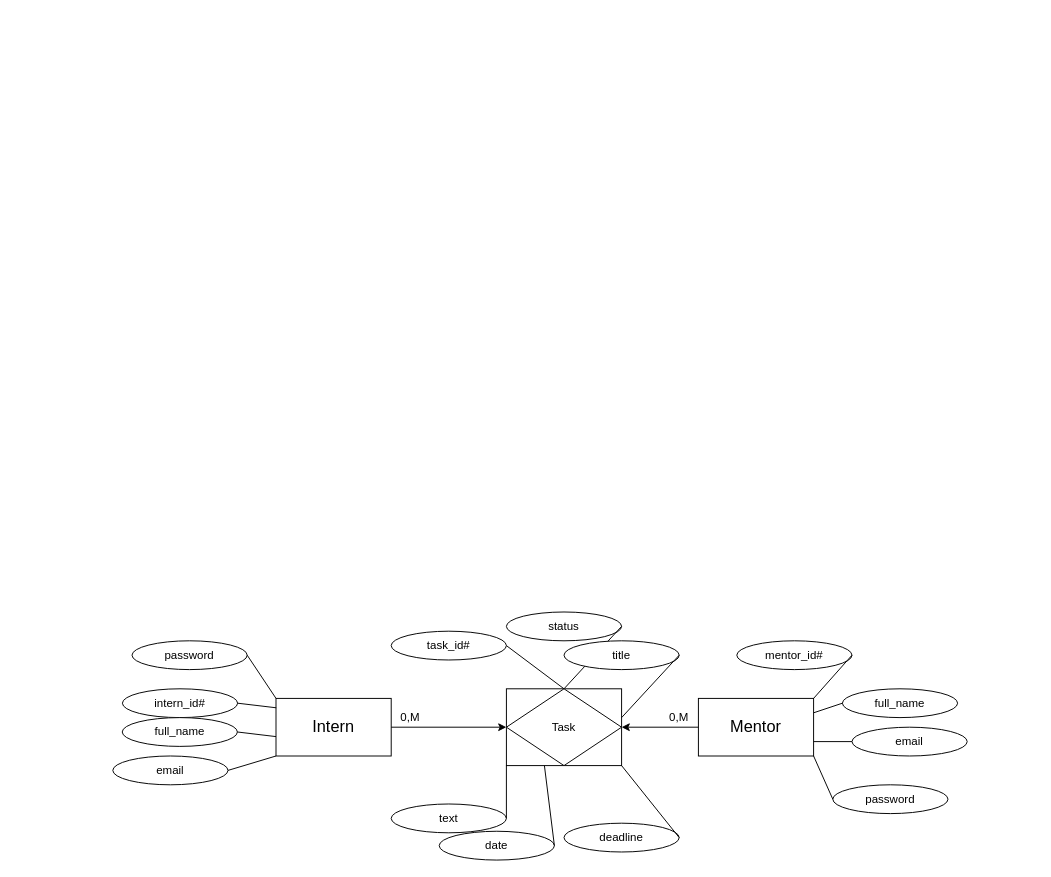
The draw.io diagram docs/pmov.drawio in Bane12345/Blinking-Interns-app, before the edit. Source tidied: cells renumbered, new cells numbered last; positions are measured from the earlier drawing's top-left corner, leaving out a move shared by most shapes. Both pictures are drawn from the tidied source at 96%, with x=0, y=0 at pixel (112, 612).
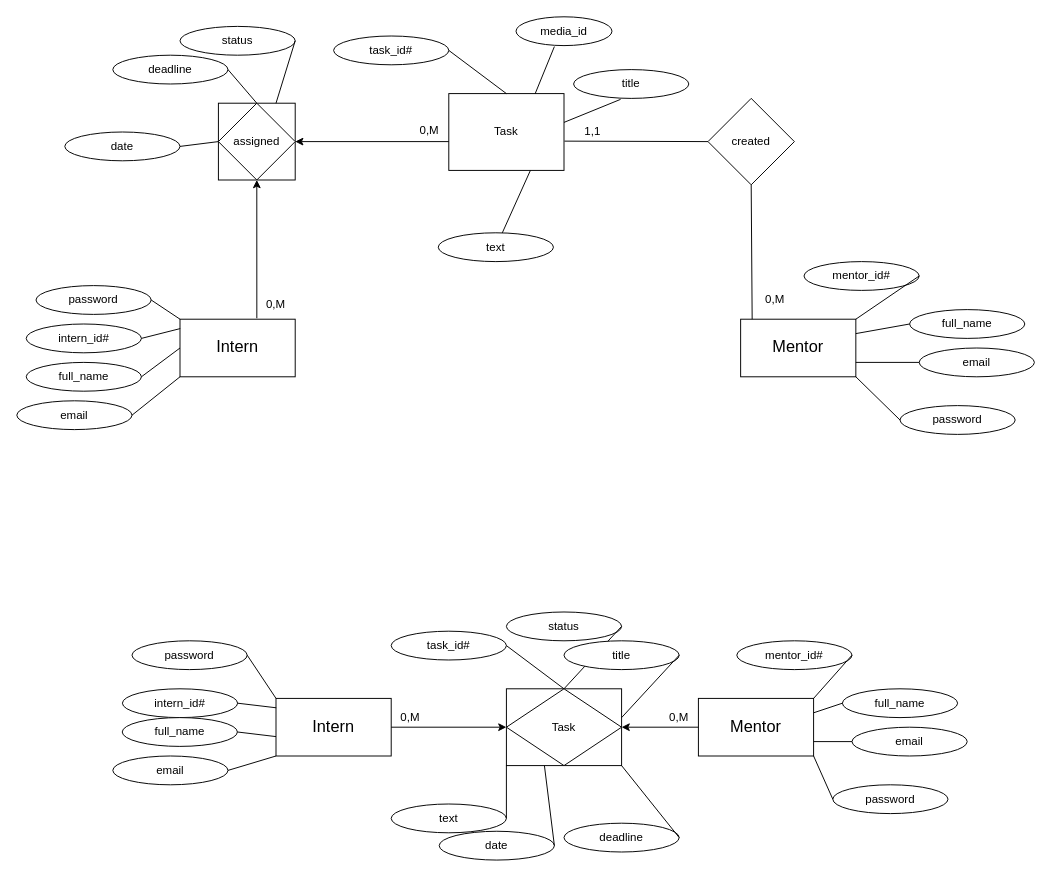
After the change.

Commit message (it also covers changes not shown here):
pmov and relation model refactored

Change to the diagram source:
```diff
@@
+    <mxCell id="38" style="rounded=0;whiteSpace=wrap;html=1;" parent="1" vertex="1">
+      <mxGeometry x="110" y="-530" width="80" height="80" as="geometry" />
+    </mxCell>
@@
+    <mxCell id="39" value="Task" style="rounded=0;whiteSpace=wrap;html=1;" parent="1" vertex="1">
+      <mxGeometry x="350" y="-540" width="120" height="80" as="geometry" />
+    </mxCell>
+    <mxCell id="40" value="&lt;span style=&quot;font-size: 17px&quot;&gt;Intern&lt;/span&gt;" style="rounded=0;whiteSpace=wrap;html=1;" parent="1" vertex="1">
+      <mxGeometry x="70" y="-305" width="120" height="60" as="geometry" />
+    </mxCell>
+    <mxCell id="41" value="&lt;font style=&quot;font-size: 17px&quot;&gt;Mentor&lt;/font&gt;" style="rounded=0;whiteSpace=wrap;html=1;" parent="1" vertex="1">
+      <mxGeometry x="654" y="-305" width="120" height="60" as="geometry" />
+    </mxCell>
+    <mxCell id="42" value="intern_id#" style="ellipse;whiteSpace=wrap;html=1;" parent="1" vertex="1">
+      <mxGeometry x="-90.2" y="-300" width="120" height="30" as="geometry" />
+    </mxCell>
+    <mxCell id="43" style="endArrow=none;html=1;exitX=1;exitY=0.5;exitDx=0;exitDy=0;entryX=0.002;entryY=0.163;entryDx=0;entryDy=0;entryPerimeter=0;" parent="1" edge="1" source="42" target="40">
+      <mxGeometry relative="1" as="geometry" />
+    </mxCell>
+    <mxCell id="44" value="full_name" style="ellipse;whiteSpace=wrap;html=1;" parent="1" vertex="1">
+      <mxGeometry x="-90.2" y="-260" width="120" height="30" as="geometry" />
+    </mxCell>
+    <mxCell id="45" style="endArrow=none;html=1;exitX=1;exitY=0.5;exitDx=0;exitDy=0;entryX=0;entryY=0.5;entryDx=0;entryDy=0;" parent="1" edge="1" source="44" target="40">
+      <mxGeometry relative="1" as="geometry" />
+    </mxCell>
+    <mxCell id="46" value="email" style="ellipse;whiteSpace=wrap;html=1;" parent="1" vertex="1">
+      <mxGeometry x="-100" y="-220" width="120" height="30" as="geometry" />
+    </mxCell>
+    <mxCell id="47" style="endArrow=none;html=1;exitX=1;exitY=0.5;exitDx=0;exitDy=0;entryX=0;entryY=1;entryDx=0;entryDy=0;" parent="1" edge="1" source="46" target="40">
+      <mxGeometry relative="1" as="geometry" />
+    </mxCell>
+    <mxCell id="48" value="0,M" style="text;html=1;strokeColor=none;fillColor=none;align=center;verticalAlign=middle;whiteSpace=wrap;rounded=0;" parent="1" vertex="1">
+      <mxGeometry x="310" y="-511" width="40" height="20" as="geometry" />
+    </mxCell>
+    <mxCell id="49" value="0,M" style="text;html=1;strokeColor=none;fillColor=none;align=center;verticalAlign=middle;whiteSpace=wrap;rounded=0;" parent="1" vertex="1">
+      <mxGeometry x="670" y="-335" width="40" height="20" as="geometry" />
+    </mxCell>
+    <mxCell id="50" value="task_id#" style="ellipse;whiteSpace=wrap;html=1;" parent="1" vertex="1">
+      <mxGeometry x="230" y="-600" width="120" height="30" as="geometry" />
+    </mxCell>
+    <mxCell id="51" style="endArrow=none;html=1;exitX=1;exitY=0.5;exitDx=0;exitDy=0;entryX=0.5;entryY=0;entryDx=0;entryDy=0;" parent="1" edge="1" source="50">
+      <mxGeometry relative="1" as="geometry">
+        <mxPoint x="410" y="-540" as="targetPoint" />
+      </mxGeometry>
+    </mxCell>
+    <mxCell id="52" value="status" style="ellipse;whiteSpace=wrap;html=1;" parent="1" vertex="1">
+      <mxGeometry x="70" y="-610" width="120" height="30" as="geometry" />
+    </mxCell>
+    <mxCell id="53" style="endArrow=none;html=1;exitX=1;exitY=0.5;exitDx=0;exitDy=0;entryX=0.75;entryY=0;entryDx=0;entryDy=0;" parent="1" edge="1" source="52" target="38">
+      <mxGeometry relative="1" as="geometry" />
+    </mxCell>
+    <mxCell id="54" value="text" style="ellipse;whiteSpace=wrap;html=1;" parent="1" vertex="1">
+      <mxGeometry x="339" y="-395" width="120" height="30" as="geometry" />
+    </mxCell>
+    <mxCell id="55" value="date" style="ellipse;whiteSpace=wrap;html=1;" parent="1" vertex="1">
+      <mxGeometry x="-50" y="-500" width="120" height="30" as="geometry" />
+    </mxCell>
+    <mxCell id="56" value="deadline" style="ellipse;whiteSpace=wrap;html=1;" parent="1" vertex="1">
+      <mxGeometry y="-580" width="120" height="30" as="geometry" />
+    </mxCell>
+    <mxCell id="57" style="endArrow=none;html=1;exitX=1;exitY=0.5;exitDx=0;exitDy=0;entryX=0.5;entryY=0;entryDx=0;entryDy=0;" parent="1" edge="1" source="56" target="38">
+      <mxGeometry relative="1" as="geometry" />
+    </mxCell>
+    <mxCell id="58" value="mentor_id#" style="ellipse;whiteSpace=wrap;html=1;" parent="1" vertex="1">
+      <mxGeometry x="720" y="-365" width="120" height="30" as="geometry" />
+    </mxCell>
+    <mxCell id="59" style="endArrow=none;html=1;exitX=1;exitY=0.5;exitDx=0;exitDy=0;entryX=1;entryY=0;entryDx=0;entryDy=0;" parent="1" edge="1" source="58" target="41">
+      <mxGeometry relative="1" as="geometry" />
+    </mxCell>
+    <mxCell id="60" value="full_name" style="ellipse;whiteSpace=wrap;html=1;" parent="1" vertex="1">
+      <mxGeometry x="830" y="-315" width="120" height="30" as="geometry" />
+    </mxCell>
+    <mxCell id="61" style="endArrow=none;html=1;exitX=1;exitY=0.25;exitDx=0;exitDy=0;entryX=0;entryY=0.5;entryDx=0;entryDy=0;" parent="1" edge="1" source="41" target="60">
+      <mxGeometry relative="1" as="geometry" />
+    </mxCell>
+    <mxCell id="62" value="email" style="ellipse;whiteSpace=wrap;html=1;" parent="1" vertex="1">
+      <mxGeometry x="840" y="-275" width="120" height="30" as="geometry" />
+    </mxCell>
+    <mxCell id="63" style="endArrow=none;html=1;exitX=1;exitY=0.75;exitDx=0;exitDy=0;entryX=0;entryY=0.5;entryDx=0;entryDy=0;" parent="1" edge="1" source="41" target="62">
+      <mxGeometry relative="1" as="geometry" />
+    </mxCell>
+    <mxCell id="64" value="password" style="ellipse;whiteSpace=wrap;html=1;" parent="1" vertex="1">
+      <mxGeometry x="820" y="-215" width="120" height="30" as="geometry" />
+    </mxCell>
+    <mxCell id="65" style="endArrow=none;html=1;exitX=1;exitY=1;exitDx=0;exitDy=0;entryX=0;entryY=0.5;entryDx=0;entryDy=0;" parent="1" edge="1" source="41" target="64">
+      <mxGeometry relative="1" as="geometry" />
+    </mxCell>
+    <mxCell id="66" value="password" style="ellipse;whiteSpace=wrap;html=1;" parent="1" vertex="1">
+      <mxGeometry x="-80" y="-340" width="120" height="30" as="geometry" />
+    </mxCell>
+    <mxCell id="67" style="endArrow=none;html=1;exitX=1;exitY=0.5;exitDx=0;exitDy=0;entryX=0;entryY=0;entryDx=0;entryDy=0;" parent="1" edge="1" source="66" target="40">
+      <mxGeometry relative="1" as="geometry" />
+    </mxCell>
+    <mxCell id="68" value="title" style="ellipse;whiteSpace=wrap;html=1;" parent="1" vertex="1">
+      <mxGeometry x="480" y="-565" width="120" height="30" as="geometry" />
+    </mxCell>
+    <mxCell id="69" style="endArrow=none;html=1;exitX=0.408;exitY=1.033;exitDx=0;exitDy=0;exitPerimeter=0;" parent="1" edge="1" source="68">
+      <mxGeometry relative="1" as="geometry">
+        <mxPoint x="470" y="-510" as="targetPoint" />
+      </mxGeometry>
+    </mxCell>
+    <mxCell id="70" value="created" style="rhombus;whiteSpace=wrap;html=1;" parent="1" vertex="1">
+      <mxGeometry x="620" y="-535" width="90" height="90" as="geometry" />
+    </mxCell>
+    <mxCell id="71" style="endArrow=none;html=1;entryX=0.5;entryY=1;entryDx=0;entryDy=0;exitX=0.1;exitY=0;exitDx=0;exitDy=0;exitPerimeter=0;" parent="1" edge="1" source="41" target="70">
+      <mxGeometry relative="1" as="geometry" />
+    </mxCell>
+    <mxCell id="72" style="endArrow=none;html=1;entryX=0;entryY=0.5;entryDx=0;entryDy=0;exitX=1.004;exitY=0.619;exitDx=0;exitDy=0;exitPerimeter=0;" parent="1" edge="1" source="39" target="70">
+      <mxGeometry relative="1" as="geometry" />
+    </mxCell>
+    <mxCell id="73" value="1,1" style="text;html=1;strokeColor=none;fillColor=none;align=center;verticalAlign=middle;whiteSpace=wrap;rounded=0;" parent="1" vertex="1">
+      <mxGeometry x="480" y="-510" width="40" height="20" as="geometry" />
+    </mxCell>
+    <mxCell id="74" style="endArrow=none;html=1;" parent="1" edge="1" source="54">
+      <mxGeometry relative="1" as="geometry">
+        <mxPoint x="435" y="-460" as="targetPoint" />
+      </mxGeometry>
+    </mxCell>
+    <mxCell id="75" value="assigned" style="rhombus;whiteSpace=wrap;html=1;" parent="1" vertex="1">
+      <mxGeometry x="110" y="-530" width="80" height="80" as="geometry" />
+    </mxCell>
+    <mxCell id="76" style="endArrow=classic;html=1;entryX=0.5;entryY=1;entryDx=0;entryDy=0;exitX=0.667;exitY=-0.017;exitDx=0;exitDy=0;exitPerimeter=0;" parent="1" edge="1" source="40" target="75">
+      <mxGeometry relative="1" as="geometry" />
+    </mxCell>
+    <mxCell id="77" style="endArrow=classic;html=1;entryX=1;entryY=0.5;entryDx=0;entryDy=0;" parent="1" edge="1" target="75">
+      <mxGeometry relative="1" as="geometry">
+        <mxPoint x="350" y="-490" as="sourcePoint" />
+      </mxGeometry>
+    </mxCell>
+    <mxCell id="78" value="0,M" style="text;html=1;strokeColor=none;fillColor=none;align=center;verticalAlign=middle;whiteSpace=wrap;rounded=0;" parent="1" vertex="1">
+      <mxGeometry x="150" y="-330" width="40" height="20" as="geometry" />
+    </mxCell>
+    <mxCell id="79" style="endArrow=none;html=1;entryX=0;entryY=0.5;entryDx=0;entryDy=0;exitX=1;exitY=0.5;exitDx=0;exitDy=0;" parent="1" edge="1" source="55" target="75">
+      <mxGeometry relative="1" as="geometry" />
+    </mxCell>
+    <mxCell id="80" value="media_id" style="ellipse;whiteSpace=wrap;html=1;" parent="1" vertex="1">
+      <mxGeometry x="420" y="-620" width="100" height="30" as="geometry" />
+    </mxCell>
+    <mxCell id="81" style="endArrow=none;html=1;entryX=0.4;entryY=1.033;entryDx=0;entryDy=0;entryPerimeter=0;exitX=0.75;exitY=0;exitDx=0;exitDy=0;" parent="1" edge="1" source="39" target="80">
+      <mxGeometry relative="1" as="geometry" />
+    </mxCell>
```
